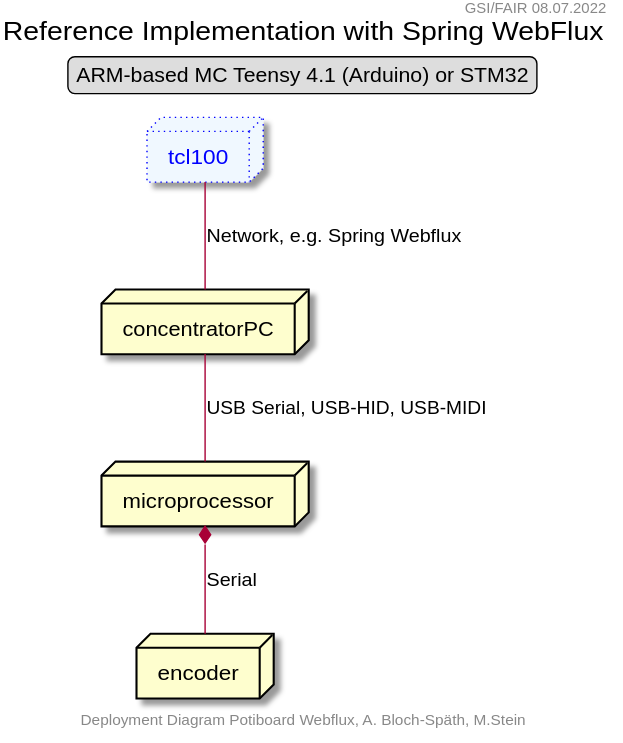
Before: plantuml/komponenten-uml-01.svg, a diagram exported from PlantUML (steinmartin/encoder-positions-docs).
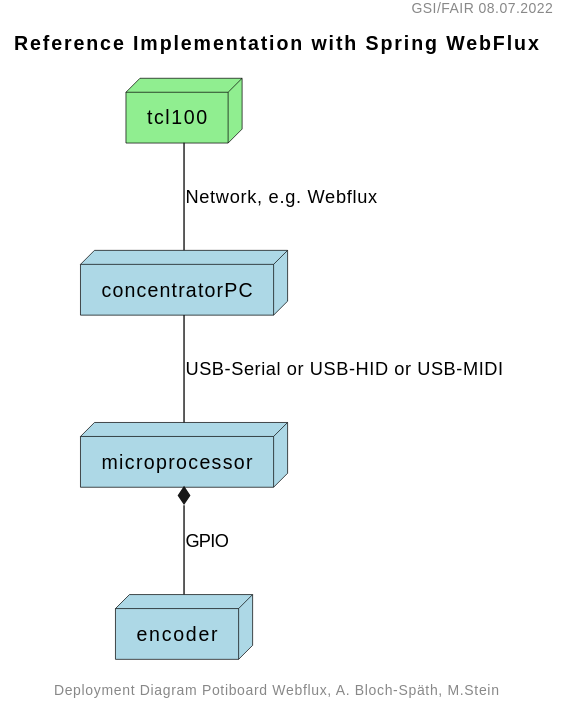
After the change.

Change to the diagram source:
```diff
@@ -4,16 +4,14 @@
 footer Deployment Diagram Potiboard Webflux, A. Bloch-Späth, M.Stein
 title Reference Implementation with Spring WebFlux
 
- legend top right
-   ARM-based MC Teensy 4.1 (Arduino) or STM32
- endlegend
 
-node tcl100 #aliceblue;line:blue;line.dotted;text:blue
-node concentratorPC
-node microprocessor
-node encoder
-microprocessor *-- encoder : Serial
-concentratorPC -- microprocessor : USB Serial, USB-HID, USB-MIDI
-tcl100 -- concentratorPC : Network, e.g. Spring Webflux
+node tcl100 #lightgreen;line:black;text:black
+node concentratorPC #lightblue;line:black;text:black
+node microprocessor #lightblue;line:black;text:black
+node encoder #lightblue;line:black;text:black
+
+microprocessor *-- encoder : GPIO
+concentratorPC -- microprocessor : USB-Serial or USB-HID or USB-MIDI
+tcl100 -- concentratorPC : Network, e.g. Webflux
 
 @enduml
```
